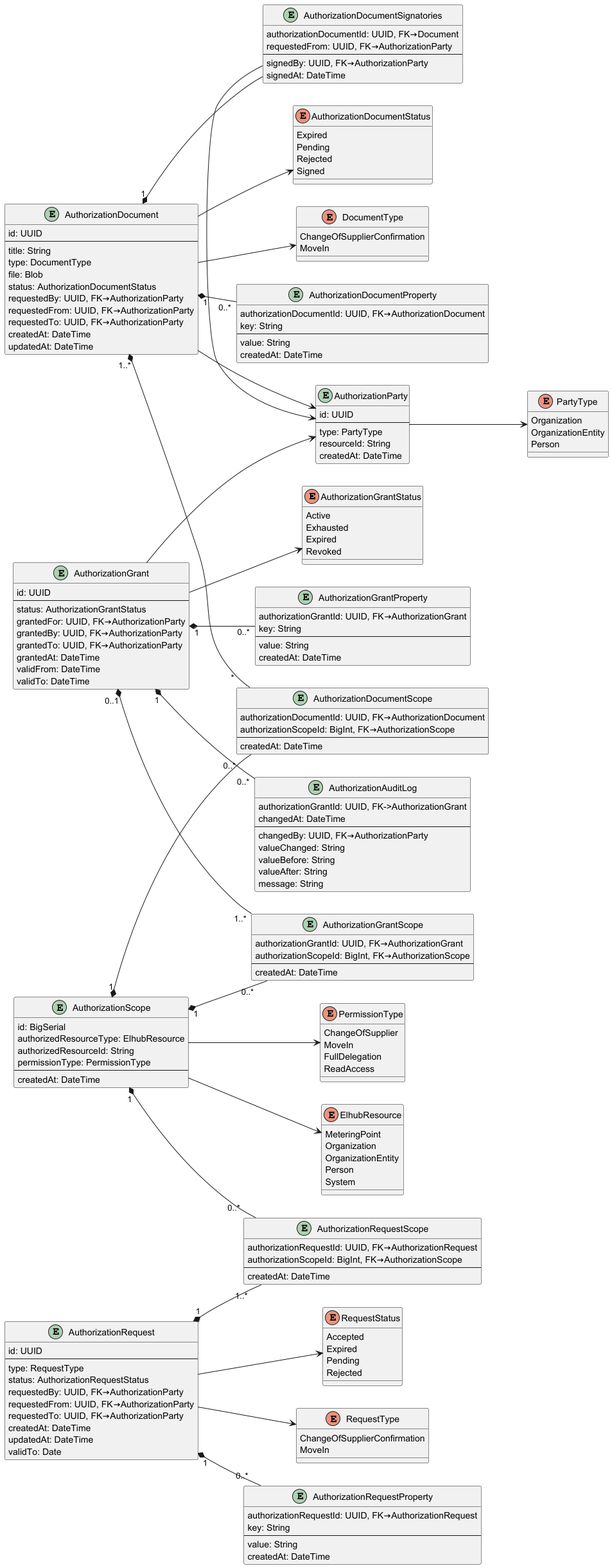
Before: docs/assets/datamodel.png, a diagram exported from PlantUML (elhub/auth-grant-manager).
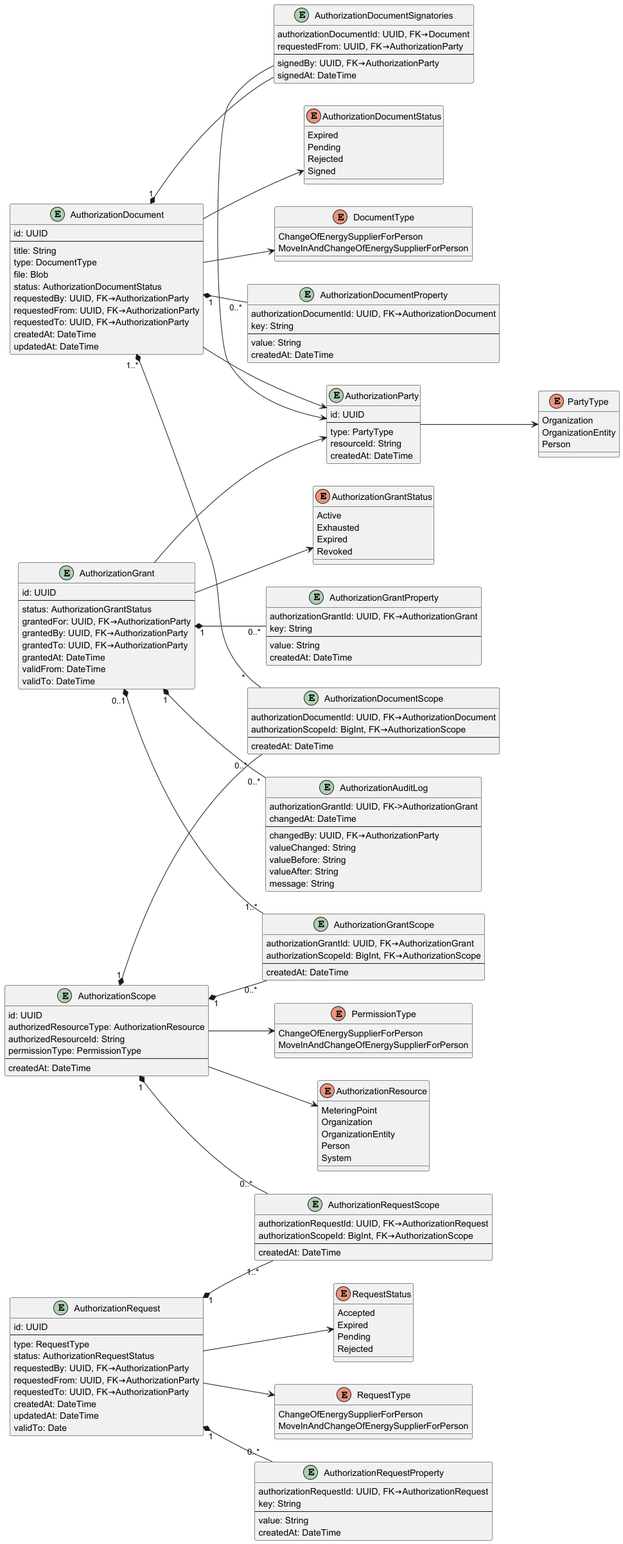
After the commit.

What changed in the source:
```diff
@@ -10,10 +10,8 @@
 }
 
 enum PermissionType {
-  ChangeOfSupplier
-  MoveIn
-  FullDelegation
-  ReadAccess
+  ChangeOfEnergySupplierForPerson
+  MoveInAndChangeOfEnergySupplierForPerson
 }
 
 enum AuthorizationDocumentStatus {
@@ -30,7 +28,7 @@
   Rejected
 }
 
-enum ElhubResource {
+enum AuthorizationResource {
   MeteringPoint
   Organization
   OrganizationEntity
@@ -45,13 +43,13 @@
 }
 
 enum DocumentType {
-  ChangeOfSupplierConfirmation
-  MoveIn
+  ChangeOfEnergySupplierForPerson
+  MoveInAndChangeOfEnergySupplierForPerson
 }
 
 enum RequestType {
-  ChangeOfSupplierConfirmation
-  MoveIn
+  ChangeOfEnergySupplierForPerson
+  MoveInAndChangeOfEnergySupplierForPerson
 }
 
 entity AuthorizationGrant {
@@ -158,8 +156,8 @@
 }
 
 entity AuthorizationScope {
-  id: BigSerial
-  authorizedResourceType: ElhubResource
+  id: UUID
+  authorizedResourceType: AuthorizationResource
   authorizedResourceId: String
   permissionType: PermissionType
   --
@@ -179,7 +177,7 @@
 AuthorizationGrant "1" *-- "0..*" AuthorizationAuditLog
 AuthorizationGrant --> AuthorizationGrantStatus
 AuthorizationGrant --> AuthorizationParty
-AuthorizationScope --> ElhubResource
+AuthorizationScope --> AuthorizationResource
 AuthorizationScope --> PermissionType
 AuthorizationScope "1" *-- "0..*" AuthorizationGrantScope
 AuthorizationScope "1" *-- "0..*" AuthorizationRequestScope
```
